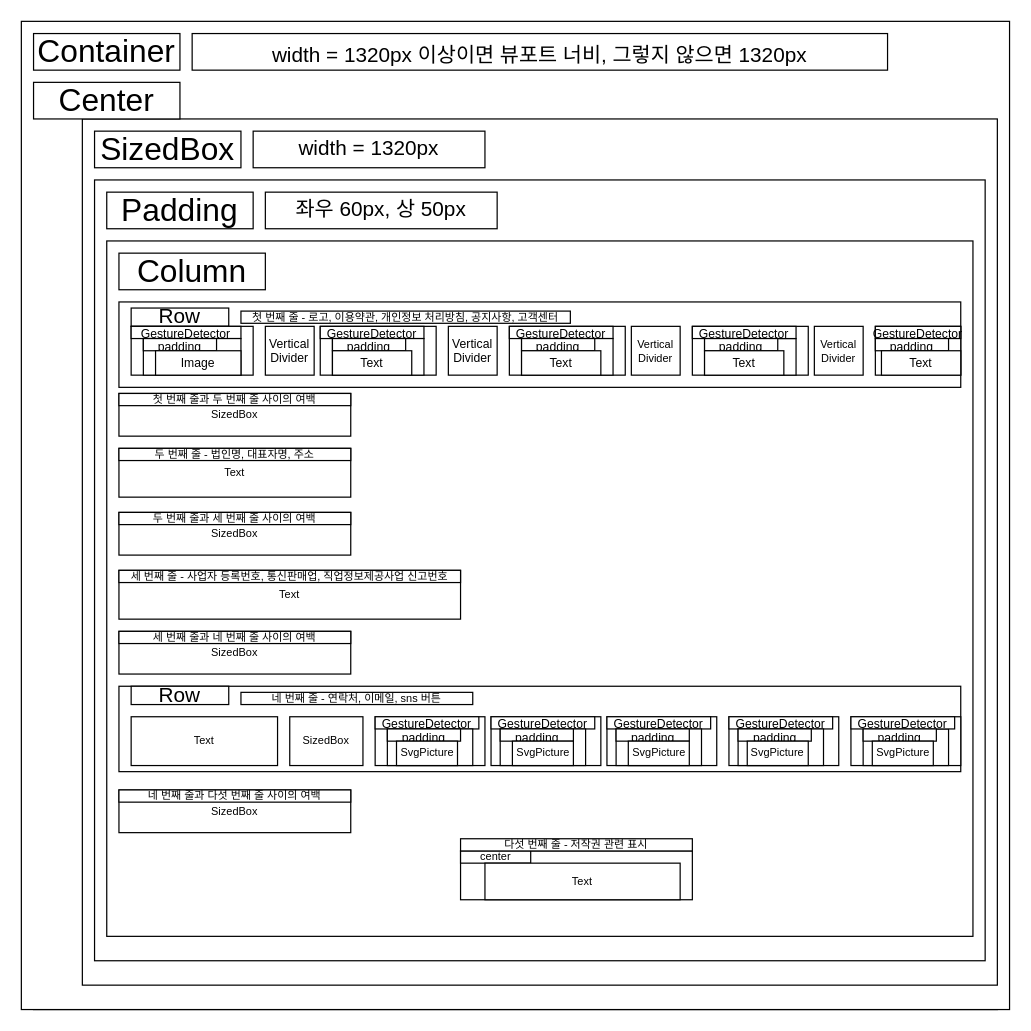
Earlier version of the draw.io diagram Untitled Diagram.drawio (hkseo98/boiler-plate). Source tidied: cells renumbered, new cells numbered last; positions are measured from the earlier drawing's top-left corner, leaving out a move shared by most shapes. Both pictures are drawn from the tidied source at 122%, with x=0, y=0 at pixel (21, 21).
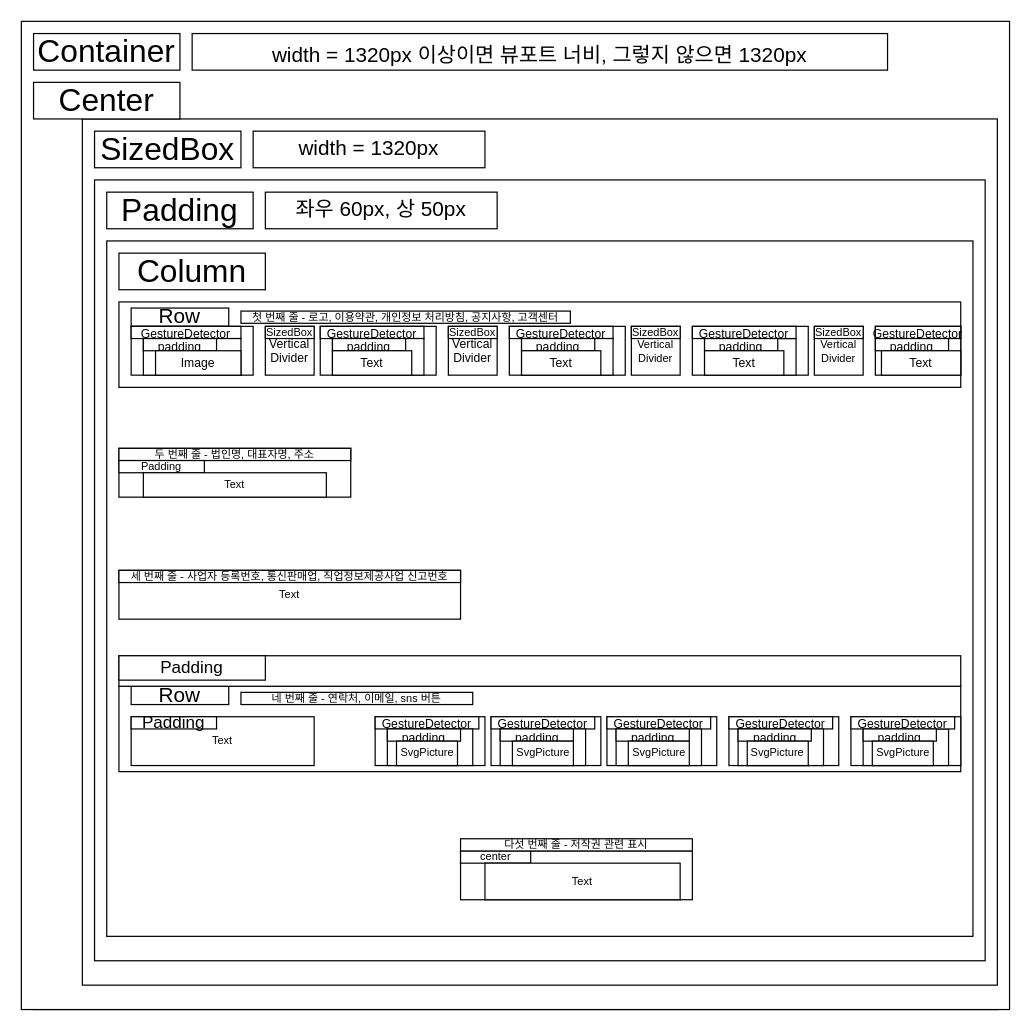
After the change.

Change to the diagram source:
```diff
@@
-    <mxCell id="45" value="SizedBox" style="rounded=0;whiteSpace=wrap;html=1;fontSize=9;" parent="1" vertex="1">
-      <mxGeometry x="80" y="305" width="190" height="35" as="geometry" />
-    </mxCell>
-    <mxCell id="46" value="Text" style="rounded=0;whiteSpace=wrap;html=1;fontSize=9;" parent="1" vertex="1">
+    <mxCell id="46" style="rounded=0;whiteSpace=wrap;html=1;fontSize=9;" parent="1" vertex="1">
       <mxGeometry x="80" y="350" width="190" height="40" as="geometry" />
     </mxCell>
-    <mxCell id="47" value="SizedBox" style="rounded=0;whiteSpace=wrap;html=1;fontSize=9;" parent="1" vertex="1">
-      <mxGeometry x="80" y="402.5" width="190" height="35" as="geometry" />
-    </mxCell>
@@
-    <mxCell id="49" value="SizedBox" style="rounded=0;whiteSpace=wrap;html=1;fontSize=9;" parent="1" vertex="1">
-      <mxGeometry x="80" y="500" width="190" height="35" as="geometry" />
-    </mxCell>
@@
     <mxCell id="52" value="Text" style="rounded=0;whiteSpace=wrap;html=1;fontSize=9;" parent="1" vertex="1">
-      <mxGeometry x="90" y="570" width="120" height="40" as="geometry" />
+      <mxGeometry x="90" y="570" width="150" height="40" as="geometry" />
     </mxCell>
-    <mxCell id="53" value="SizedBox" style="rounded=0;whiteSpace=wrap;html=1;fontSize=9;" parent="1" vertex="1">
-      <mxGeometry x="220" y="570" width="60" height="40" as="geometry" />
-    </mxCell>
@@
-    <mxCell id="79" value="SizedBox" style="rounded=0;whiteSpace=wrap;html=1;fontSize=9;" parent="1" vertex="1">
-      <mxGeometry x="80" y="630" width="190" height="35" as="geometry" />
-    </mxCell>
@@
-    <mxCell id="84" value="첫 번째 줄과 두 번째 줄 사이의 여백" style="rounded=0;whiteSpace=wrap;html=1;fontSize=9;" parent="1" vertex="1">
-      <mxGeometry x="80" y="305" width="190" height="10" as="geometry" />
-    </mxCell>
@@
-    <mxCell id="86" value="두 번째 줄과 세 번째 줄 사이의 여백" style="rounded=0;whiteSpace=wrap;html=1;fontSize=9;" parent="1" vertex="1">
-      <mxGeometry x="80" y="402.5" width="190" height="10" as="geometry" />
-    </mxCell>
@@
-    <mxCell id="88" value="세 번째 줄과 네 번째 줄 사이의 여백" style="rounded=0;whiteSpace=wrap;html=1;fontSize=9;" parent="1" vertex="1">
-      <mxGeometry x="80" y="500" width="190" height="10" as="geometry" />
-    </mxCell>
@@
-    <mxCell id="90" value="네 번째 줄과 다섯 번째 줄 사이의 여백" style="rounded=0;whiteSpace=wrap;html=1;fontSize=9;" parent="1" vertex="1">
-      <mxGeometry x="80" y="630" width="190" height="10" as="geometry" />
-    </mxCell>
@@
+    <mxCell id="93" value="SizedBox" style="rounded=0;whiteSpace=wrap;html=1;shadow=0;fontSize=9;" parent="1" vertex="1">
+      <mxGeometry x="200" y="250" width="40" height="10" as="geometry" />
+    </mxCell>
+    <mxCell id="94" value="SizedBox" style="rounded=0;whiteSpace=wrap;html=1;shadow=0;fontSize=9;" parent="1" vertex="1">
+      <mxGeometry x="350" y="250" width="40" height="10" as="geometry" />
+    </mxCell>
+    <mxCell id="95" value="SizedBox" style="rounded=0;whiteSpace=wrap;html=1;shadow=0;fontSize=9;" parent="1" vertex="1">
+      <mxGeometry x="500" y="250" width="40" height="10" as="geometry" />
+    </mxCell>
+    <mxCell id="96" value="SizedBox" style="rounded=0;whiteSpace=wrap;html=1;shadow=0;fontSize=9;" parent="1" vertex="1">
+      <mxGeometry x="650" y="250" width="40" height="10" as="geometry" />
+    </mxCell>
+    <mxCell id="97" value="Padding" style="rounded=0;whiteSpace=wrap;html=1;shadow=0;fontSize=9;" parent="1" vertex="1">
+      <mxGeometry x="80" y="360" width="70" height="10" as="geometry" />
+    </mxCell>
+    <mxCell id="98" value="Text" style="rounded=0;whiteSpace=wrap;html=1;shadow=0;fontSize=9;" parent="1" vertex="1">
+      <mxGeometry x="100" y="370" width="150" height="20" as="geometry" />
+    </mxCell>
+    <mxCell id="99" style="rounded=0;whiteSpace=wrap;html=1;shadow=0;fontSize=9;" parent="1" vertex="1">
+      <mxGeometry x="80" y="520" width="690" height="25" as="geometry" />
+    </mxCell>
+    <mxCell id="100" value="&lt;font style=&quot;font-size: 14px&quot;&gt;Padding&lt;/font&gt;" style="rounded=0;whiteSpace=wrap;html=1;shadow=0;fontSize=9;" parent="1" vertex="1">
+      <mxGeometry x="80" y="520" width="120" height="20" as="geometry" />
+    </mxCell>
+    <mxCell id="101" value="Padding" style="rounded=0;whiteSpace=wrap;html=1;shadow=0;fontSize=14;" parent="1" vertex="1">
+      <mxGeometry x="90" y="570" width="70" height="10" as="geometry" />
+    </mxCell>
```
